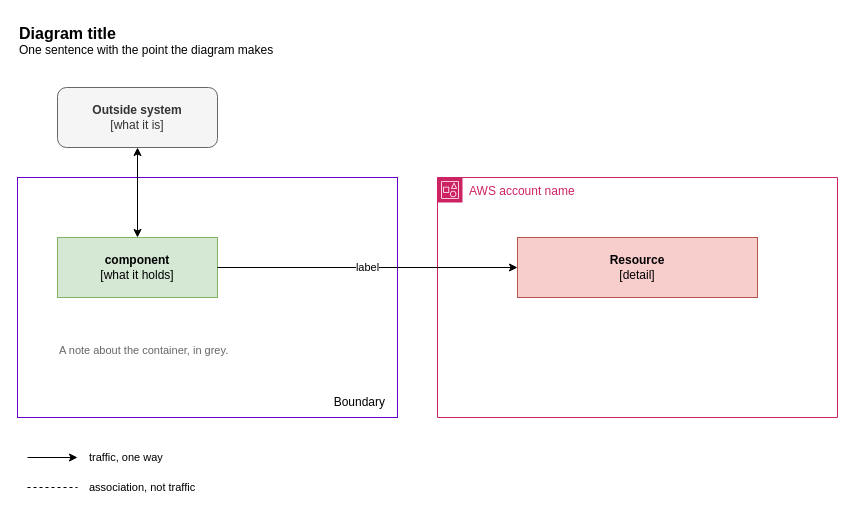
Above: drawio/templates/starter.drawio in marcmodin/skills (draw.io), before the change. Source tidied: cells renumbered, new cells numbered last; positions are measured from the earlier drawing's top-left corner, leaving out a move shared by most shapes. Both pictures are drawn from the tidied source at 100%, with x=0, y=0 at pixel (17, 17).
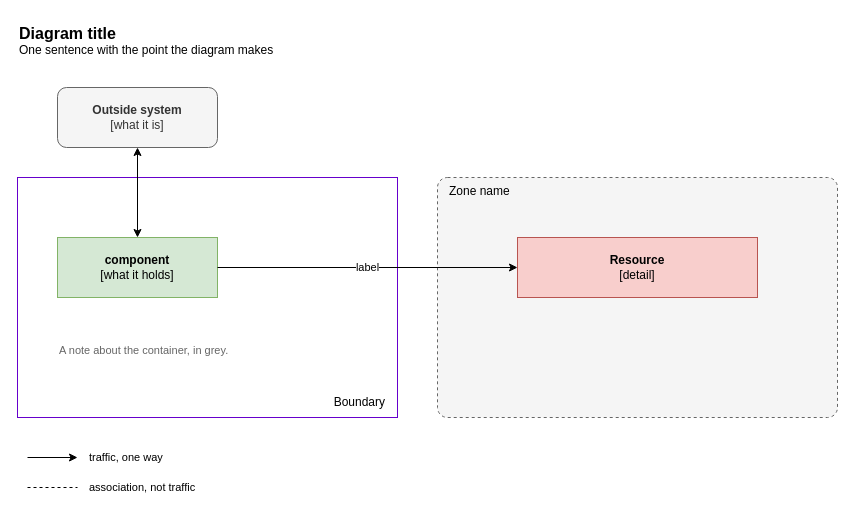
The same diagram, later.

Commit message (it also covers changes not shown here):
drawio: align the skill with the repo and make it user-invoked

Diff of the diagram source:
```diff
@@
 <mxGraphModel background="#ffffff">
   <root>
     <mxCell id="0" />
     <mxCell id="1" parent="0" />
     <mxCell id="2" value="&lt;b&gt;&lt;font style=&quot;font-size: 16px;&quot;&gt;Diagram title&lt;/font&gt;&lt;/b&gt;&lt;br&gt;One sentence with the point the diagram makes" style="text;html=1;align=left;verticalAlign=top;whiteSpace=wrap;" parent="1" vertex="1">
       <mxGeometry width="640" height="44" as="geometry" />
     </mxCell>
     <mxCell id="3" value="&lt;b&gt;Outside system&lt;/b&gt;&lt;br&gt;[what it is]" style="rounded=1;whiteSpace=wrap;html=1;fillColor=#f5f5f5;strokeColor=#666666;fontColor=#333333;" parent="1" vertex="1">
       <mxGeometry x="40" y="70" width="160" height="60" as="geometry" />
     </mxCell>
     <mxCell id="4" value="Boundary" style="rounded=0;whiteSpace=wrap;html=1;fillColor=none;strokeColor=#6600CC;verticalAlign=bottom;align=right;spacingRight=10;spacingBottom=6;" parent="1" vertex="1">
       <mxGeometry y="160" width="380" height="240" as="geometry" />
     </mxCell>
     <mxCell id="5" value="&lt;b&gt;component&lt;/b&gt;&lt;br&gt;[what it holds]" style="rounded=0;whiteSpace=wrap;html=1;fillColor=#d5e8d4;strokeColor=#82b366;" parent="1" vertex="1">
       <mxGeometry x="40" y="220" width="160" height="60" as="geometry" />
     </mxCell>
     <mxCell id="6" value="A note about the container, in grey." style="text;html=1;align=left;verticalAlign=top;whiteSpace=wrap;fontColor=#666666;fontSize=11;" parent="1" vertex="1">
       <mxGeometry x="40" y="320" width="240" height="30" as="geometry" />
     </mxCell>
-    <mxCell id="7" value="AWS account name" style="gradientColor=none;html=1;whiteSpace=wrap;fontSize=12;fontStyle=0;shape=mxgraph.aws4.group;grIcon=mxgraph.aws4.group_account;strokeColor=#CD2264;fillColor=none;verticalAlign=top;align=left;spacingLeft=30;fontColor=#CD2264;dashed=0;" parent="1" vertex="1">
-      <mxGeometry x="420" y="160" width="400" height="240" as="geometry" />
-    </mxCell>
+    <mxCell id="15" value="Zone name" style="rounded=1;absoluteArcSize=1;arcSize=20;whiteSpace=wrap;html=1;dashed=1;fillColor=#f5f5f5;strokeColor=#666666;verticalAlign=top;align=left;spacingLeft=10;" parent="1" vertex="1">
+      <mxGeometry x="420" y="160" width="400" height="240" as="geometry" />
+    </mxCell>
     <mxCell id="8" value="&lt;b&gt;Resource&lt;/b&gt;&lt;br&gt;[detail]" style="rounded=0;whiteSpace=wrap;html=1;fillColor=#f8cecc;strokeColor=#b85450;" parent="1" vertex="1">
       <mxGeometry x="500" y="220" width="240" height="60" as="geometry" />
     </mxCell>
     <mxCell id="9" style="edgeStyle=orthogonalEdgeStyle;rounded=0;html=1;startArrow=classic;startFill=1;endArrow=classic;endFill=1;exitX=0.5;exitY=1;entryX=0.5;entryY=0;" parent="1" edge="1" source="3" target="5">
       <mxGeometry relative="1" as="geometry" />
     </mxCell>
     <mxCell id="10" value="label" style="edgeStyle=orthogonalEdgeStyle;rounded=0;html=1;endArrow=classic;endFill=1;exitX=1;exitY=0.5;entryX=0;entryY=0.5;labelBackgroundColor=#ffffff;fontSize=11;" parent="1" edge="1" source="5" target="8">
       <mxGeometry relative="1" as="geometry" />
     </mxCell>
     <mxCell id="11" style="endArrow=classic;endFill=1;html=1;" parent="1" edge="1">
       <mxGeometry relative="1" as="geometry">
         <mxPoint x="10" y="440" as="sourcePoint" />
         <mxPoint x="60" y="440" as="targetPoint" />
       </mxGeometry>
     </mxCell>
     <mxCell id="12" value="traffic, one way" style="text;html=1;align=left;verticalAlign=middle;fontSize=11;" parent="1" vertex="1">
       <mxGeometry x="70" y="430" width="200" height="20" as="geometry" />
     </mxCell>
     <mxCell id="13" style="endArrow=none;dashed=1;html=1;" parent="1" edge="1">
       <mxGeometry relative="1" as="geometry">
         <mxPoint x="10" y="470" as="sourcePoint" />
         <mxPoint x="60" y="470" as="targetPoint" />
       </mxGeometry>
     </mxCell>
     <mxCell id="14" value="association, not traffic" style="text;html=1;align=left;verticalAlign=middle;fontSize=11;" parent="1" vertex="1">
       <mxGeometry x="70" y="460" width="200" height="20" as="geometry" />
     </mxCell>
   </root>
 </mxGraphModel>
```
